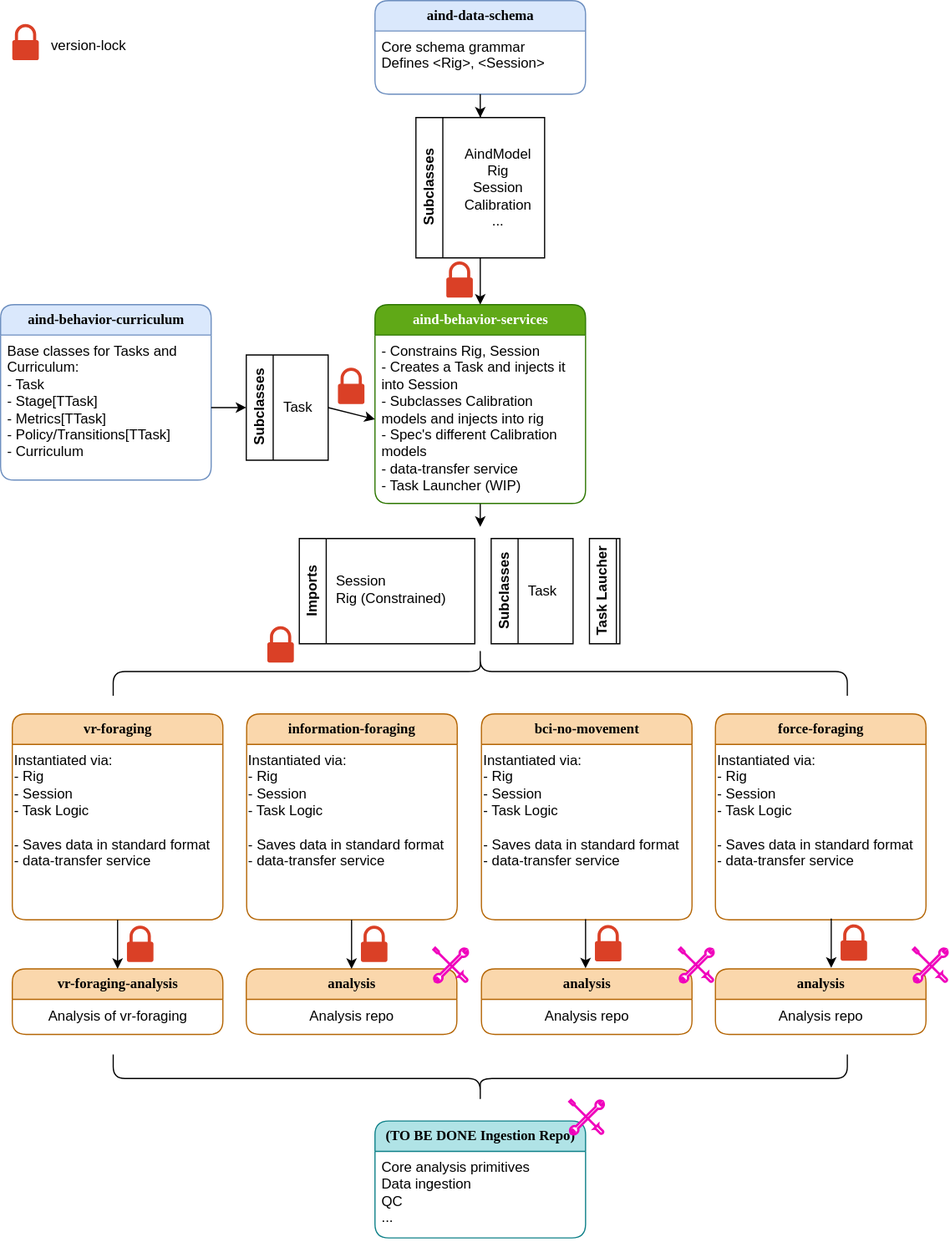
Before: assets/dependency_tree.drawio.svg, a diagram exported from draw.io (AllenNeuralDynamics/aind-behavior-rig-calibration). Source tidied: cells renumbered, new cells last; positions are measured from the earlier drawing's top-left corner, leaving out a move shared by most shapes.
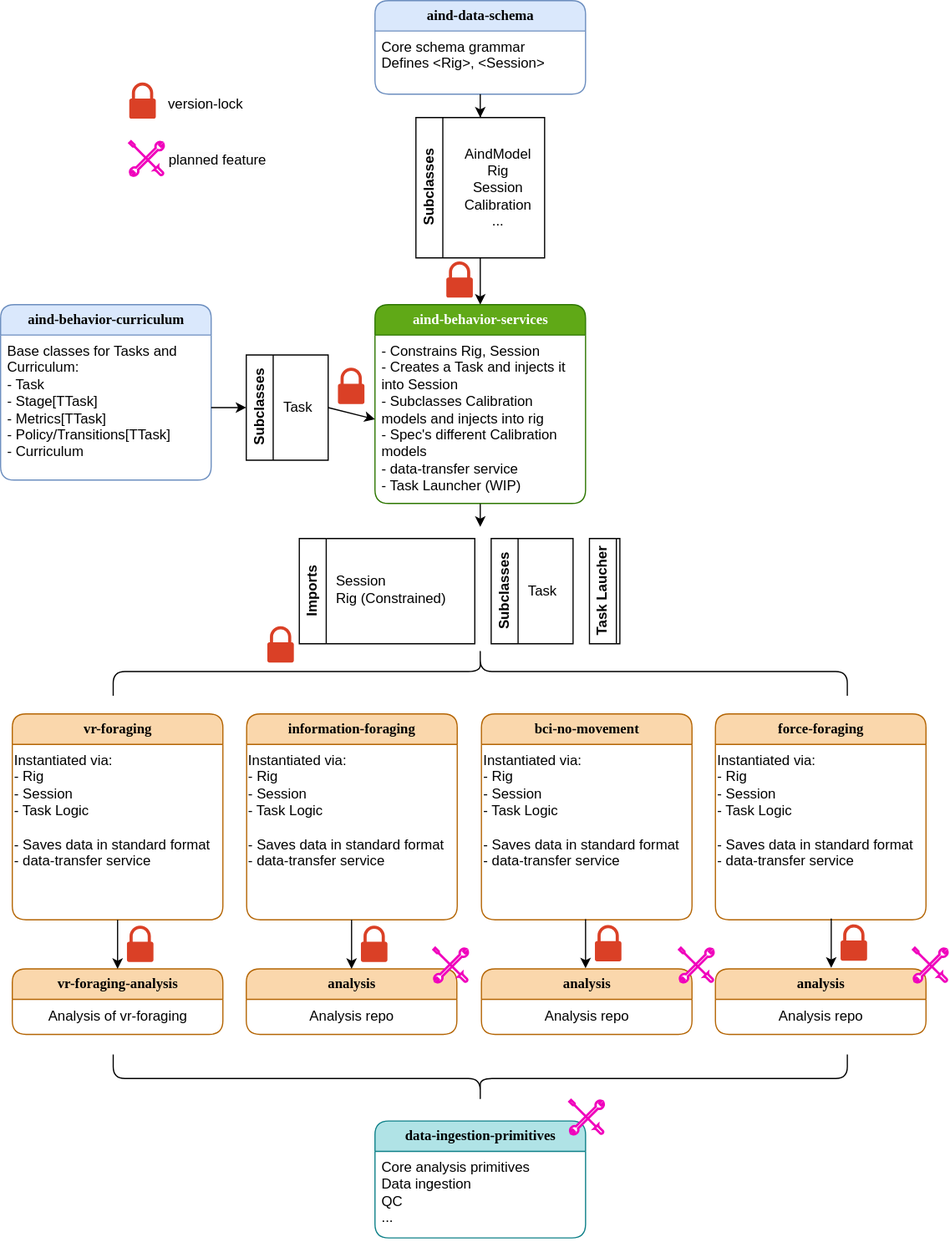
After the commit.

What changed in the source:
```diff
@@ -56,7 +56,7 @@
       <mxGeometry x="288.4" y="314" width="22.6" height="31" as="geometry" />
     </mxCell>
     <mxCell id="19" style="group;" parent="1" vertex="1">
-      <mxGeometry x="10" y="20" width="110" height="34" as="geometry" />
+      <mxGeometry x="110" y="70" width="110" height="34" as="geometry" />
     </mxCell>
     <mxCell id="20" style="sketch=0;shadow=0;dashed=0;html=1;strokeColor=none;labelPosition=center;verticalLabelPosition=bottom;verticalAlign=top;align=center;shape=mxgraph.office.security.lock_protected;fillColor=#DA4026;" parent="19" vertex="1">
       <mxGeometry width="22.6" height="31" as="geometry" />
@@ -121,7 +121,7 @@
     <mxCell id="40" value="Analysis of vr-foraging" style="text;html=1;align=center;verticalAlign=middle;strokeColor=none;fillColor=none;" parent="39" vertex="1">
       <mxGeometry y="26" width="180" height="30" as="geometry" />
     </mxCell>
-    <mxCell id="41" value="(TO BE DONE Ingestion Repo)" style="swimlane;fontStyle=1;horizontal=1;startSize=26;fillColor=#b0e3e6;html=1;strokeColor=#0e8088;strokeWidth=1;rounded=1;shadow=0;glass=0;fontFamily=Tahoma;fontSize=12;align=center;" parent="1" vertex="1">
+    <mxCell id="41" value="data-ingestion-primitives" style="swimlane;fontStyle=1;horizontal=1;startSize=26;fillColor=#b0e3e6;html=1;strokeColor=#0e8088;strokeWidth=1;rounded=1;shadow=0;glass=0;fontFamily=Tahoma;fontSize=12;align=center;" parent="1" vertex="1">
       <mxGeometry x="320" y="958" width="180" height="100" as="geometry" />
     </mxCell>
     <mxCell id="42" value="Core analysis primitives&lt;div&gt;Data ingestion&lt;/div&gt;&lt;div&gt;QC&lt;/div&gt;&lt;div&gt;...&lt;/div&gt;" style="text;strokeColor=none;fillColor=none;align=left;verticalAlign=top;spacingLeft=4;spacingRight=4;overflow=hidden;whiteSpace=wrap;html=1;" parent="41" vertex="1">
@@ -196,5 +196,11 @@
     <mxCell id="62" style="sketch=0;shadow=0;dashed=0;html=1;strokeColor=none;labelPosition=center;verticalLabelPosition=bottom;verticalAlign=top;align=center;shape=mxgraph.office.security.lock_protected;fillColor=#DA4026;" parent="1" vertex="1">
       <mxGeometry x="718" y="790" width="22.6" height="31" as="geometry" />
     </mxCell>
+    <mxCell id="63" style="html=1;verticalLabelPosition=bottom;align=center;labelBackgroundColor=#ffffff;verticalAlign=top;strokeWidth=2;strokeColor=#f000bc;shadow=0;dashed=0;shape=mxgraph.ios7.icons.tools;" parent="1" vertex="1">
+      <mxGeometry x="110" y="120.3" width="29.7" height="29.7" as="geometry" />
+    </mxCell>
+    <mxCell id="64" value="&lt;span style=&quot;color: rgb(0, 0, 0); font-family: Helvetica; font-size: 12px; font-style: normal; font-variant-ligatures: normal; font-variant-caps: normal; font-weight: 400; letter-spacing: normal; orphans: 2; text-align: center; text-indent: 0px; text-transform: none; widows: 2; word-spacing: 0px; -webkit-text-stroke-width: 0px; white-space: nowrap; background-color: rgb(251, 251, 251); text-decoration-thickness: initial; text-decoration-style: initial; text-decoration-color: initial; display: inline !important; float: none;&quot;&gt;planned feature&lt;/span&gt;" style="text;whiteSpace=wrap;html=1;" parent="1" vertex="1">
+      <mxGeometry x="141.7" y="123.3" width="100" height="40" as="geometry" />
+    </mxCell>
   </root>
 </mxGraphModel>
```
